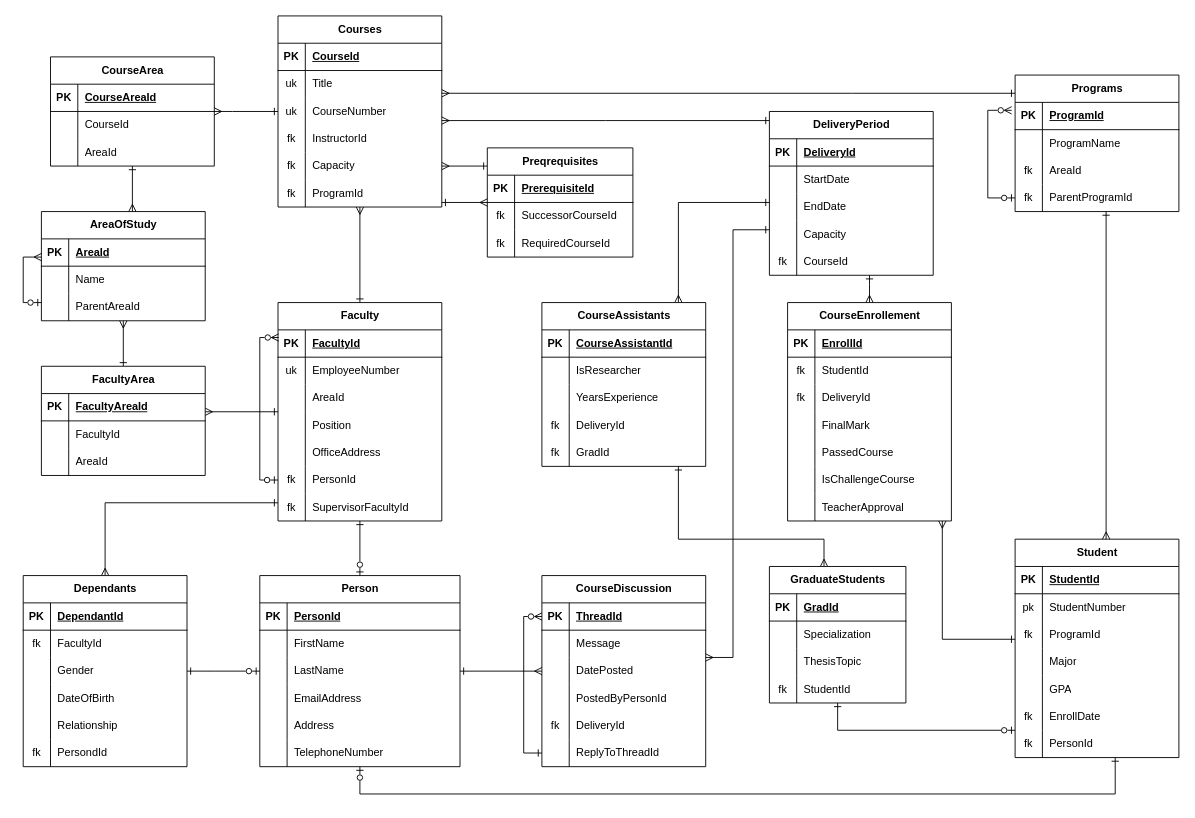
Above: Assignment 1/Assignment1_CourseAdmin.drawio in malcolmsdad/COMP378 (draw.io), before the change. Source tidied: cells renumbered, new cells numbered last; positions are measured from the earlier drawing's top-left corner, leaving out a move shared by most shapes. Both pictures are drawn from the tidied source at 91%, with x=0, y=0 at pixel (23, 15).
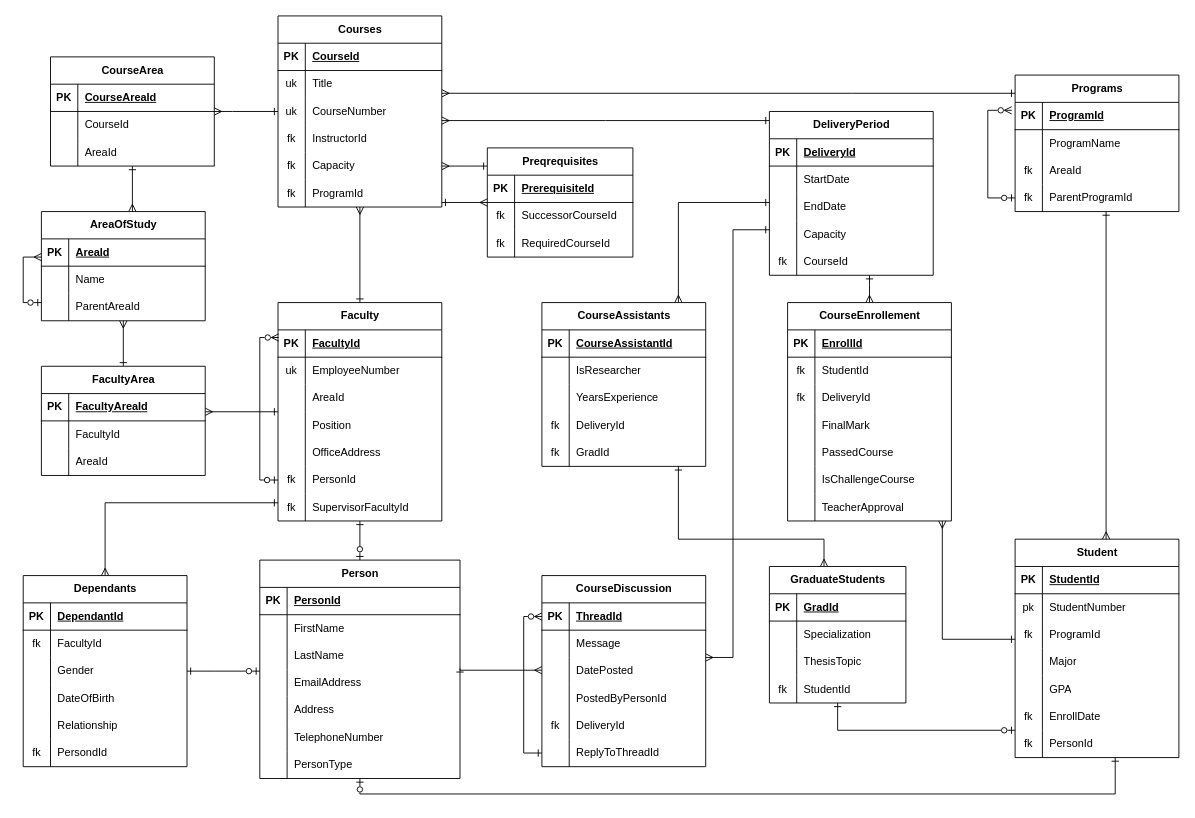
The same diagram, later.

The change refers to these unchanged cells:
```xml
<mxCell id="168" value="CourseDiscussion" style="shape=table;startSize=30;childLayout=tableLayout;rowLines=0;fontStyle=1;align=center;html=1;" parent="1" vertex="1">
  <mxGeometry x="570" y="615" width="180" height="210" as="geometry" />
</mxCell>
```

Change to the diagram source:
```diff
@@
     <mxCell id="2" value="Person" style="shape=table;startSize=30;childLayout=tableLayout;rowLines=0;fontStyle=1;align=center;html=1;" parent="1" vertex="1">
-      <mxGeometry x="260" y="615" width="220" height="210" as="geometry" />
+      <mxGeometry x="260" y="598" width="220" height="240" as="geometry" />
     </mxCell>
@@
+    <mxCell id="267" style="shape=tableRow;horizontal=0;startSize=0;swimlaneHead=0;swimlaneBody=0;fillColor=none;top=0;left=0;right=0;bottom=0;" parent="2" vertex="1">
+      <mxGeometry y="210" width="220" height="30" as="geometry" />
+    </mxCell>
+    <mxCell id="268" style="shape=partialRectangle;fillColor=none;top=0;left=0;bottom=0;right=0;overflow=hidden;whiteSpace=wrap;html=1;" parent="267" vertex="1">
+      <mxGeometry width="30" height="30" as="geometry" />
+    </mxCell>
+    <mxCell id="269" value="PersonType" style="shape=partialRectangle;fillColor=none;top=0;left=0;bottom=0;right=0;align=left;spacingLeft=6;overflow=hidden;whiteSpace=wrap;html=1;" parent="267" vertex="1">
+      <mxGeometry x="30" width="190" height="30" as="geometry" />
+    </mxCell>
@@
-    <mxCell id="166" style="edgeStyle=orthogonalEdgeStyle;rounded=0;jettySize=auto;html=1;endArrow=ERone;endFill=0;startArrow=ERmany;startFill=0;" parent="1" edge="1" source="168" target="2">
-      <mxGeometry relative="1" as="geometry" />
+    <mxCell id="166" style="edgeStyle=orthogonalEdgeStyle;rounded=0;orthogonalLoop=1;jettySize=auto;html=1;endArrow=ERone;endFill=0;startArrow=ERmany;startFill=0;" parent="1" edge="1">
+      <mxGeometry relative="1" as="geometry">
+        <mxPoint x="570" y="719" as="sourcePoint" />
+        <mxPoint x="480" y="717" as="targetPoint" />
+        <Array as="points">
+          <mxPoint x="480" y="719" />
+        </Array>
+      </mxGeometry>
     </mxCell>
```
